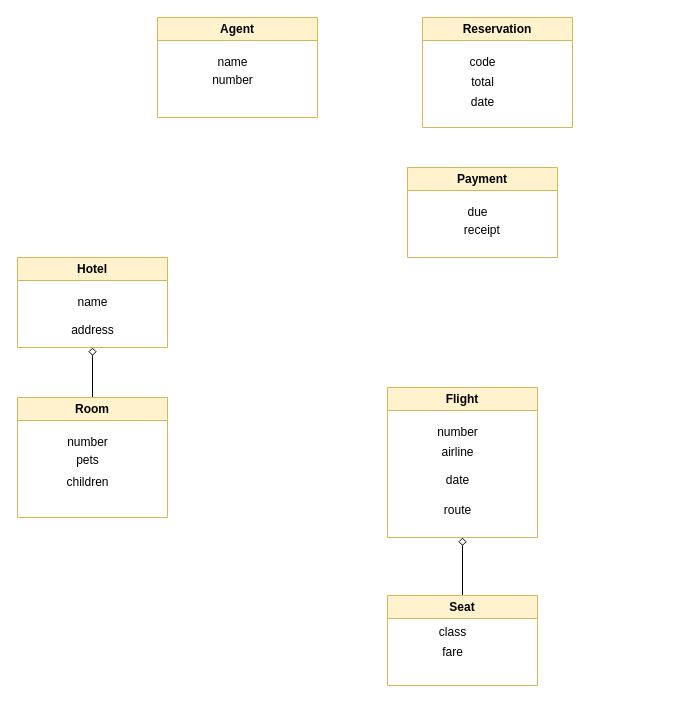
The draw.io diagram Q2A.drawio in Noah-B-Reef/CS-3560-Homework-3, before the edit. Source tidied: cells renumbered, new cells numbered last; positions are measured from the earlier drawing's top-left corner, leaving out a move shared by most shapes. Both pictures are drawn from the tidied source at 100%, with x=0, y=0 at pixel (17, 17).
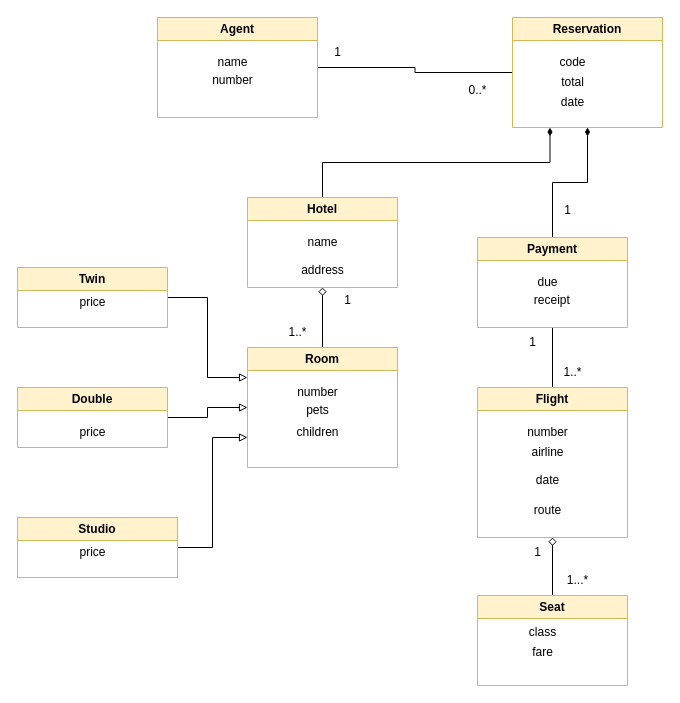
After the change.

The change refers to these unchanged cells:
```xml
<mxCell id="2" value="Agent" style="swimlane;whiteSpace=wrap;html=1;fillColor=#fff2cc;strokeColor=#d6b656;" parent="1" vertex="1">
  <mxGeometry x="140" width="160" height="100" as="geometry" />
</mxCell>
```

Diff of the diagram source:
```diff
@@
+    <mxCell id="29" style="edgeStyle=orthogonalEdgeStyle;rounded=0;jettySize=auto;html=1;exitX=1;exitY=0.5;exitDx=0;exitDy=0;entryX=0;entryY=0.5;entryDx=0;entryDy=0;endArrow=none;endFill=0;" parent="1" edge="1" source="2" target="5">
+      <mxGeometry relative="1" as="geometry" />
+    </mxCell>
@@
     <mxCell id="5" value="Reservation" style="swimlane;whiteSpace=wrap;html=1;fillColor=#fff2cc;strokeColor=#d6b656;startSize=23;" parent="1" vertex="1">
-      <mxGeometry x="405" width="150" height="110" as="geometry" />
+      <mxGeometry x="495" width="150" height="110" as="geometry" />
     </mxCell>
@@
+    <mxCell id="30" style="edgeStyle=orthogonalEdgeStyle;rounded=0;jettySize=auto;html=1;exitX=0.5;exitY=0;exitDx=0;exitDy=0;entryX=0.25;entryY=1;entryDx=0;entryDy=0;endArrow=diamondThin;endFill=1;" parent="1" edge="1" source="10" target="5">
+      <mxGeometry relative="1" as="geometry" />
+    </mxCell>
     <mxCell id="10" value="Hotel" style="swimlane;whiteSpace=wrap;html=1;fillColor=#fff2cc;strokeColor=#d6b656;startSize=23;" parent="1" vertex="1">
-      <mxGeometry y="240" width="150" height="90" as="geometry" />
+      <mxGeometry x="230" y="180" width="150" height="90" as="geometry" />
     </mxCell>
@@
     <mxCell id="13" value="Room" style="swimlane;whiteSpace=wrap;html=1;fillColor=#fff2cc;strokeColor=#d6b656;startSize=23;" parent="1" vertex="1">
-      <mxGeometry y="380" width="150" height="120" as="geometry" />
+      <mxGeometry x="230" y="330" width="150" height="120" as="geometry" />
     </mxCell>
@@
+    <mxCell id="31" style="edgeStyle=orthogonalEdgeStyle;rounded=0;jettySize=auto;html=1;exitX=0.5;exitY=0;exitDx=0;exitDy=0;entryX=0.5;entryY=1;entryDx=0;entryDy=0;endArrow=none;endFill=0;" parent="1" edge="1" source="18" target="26">
+      <mxGeometry relative="1" as="geometry" />
+    </mxCell>
     <mxCell id="18" value="Flight" style="swimlane;whiteSpace=wrap;html=1;fillColor=#fff2cc;strokeColor=#d6b656;startSize=23;" parent="1" vertex="1">
-      <mxGeometry x="370" y="370" width="150" height="150" as="geometry" />
+      <mxGeometry x="460" y="370" width="150" height="150" as="geometry" />
     </mxCell>
@@
     <mxCell id="23" value="Seat" style="swimlane;whiteSpace=wrap;html=1;fillColor=#fff2cc;strokeColor=#d6b656;startSize=23;" parent="1" vertex="1">
-      <mxGeometry x="370" y="578" width="150" height="90" as="geometry" />
+      <mxGeometry x="460" y="578" width="150" height="90" as="geometry" />
     </mxCell>
@@
+    <mxCell id="32" style="edgeStyle=orthogonalEdgeStyle;rounded=0;jettySize=auto;html=1;exitX=0.5;exitY=0;exitDx=0;exitDy=0;entryX=0.5;entryY=1;entryDx=0;entryDy=0;endArrow=diamondThin;endFill=1;" parent="1" edge="1" source="26" target="5">
+      <mxGeometry relative="1" as="geometry" />
+    </mxCell>
     <mxCell id="26" value="Payment" style="swimlane;whiteSpace=wrap;html=1;fillColor=#fff2cc;strokeColor=#d6b656;startSize=23;" parent="1" vertex="1">
-      <mxGeometry x="390" y="150" width="150" height="90" as="geometry" />
+      <mxGeometry x="460" y="220" width="150" height="90" as="geometry" />
     </mxCell>
@@
+    <mxCell id="33" style="edgeStyle=orthogonalEdgeStyle;rounded=0;jettySize=auto;html=1;exitX=1;exitY=0.5;exitDx=0;exitDy=0;entryX=0;entryY=0.25;entryDx=0;entryDy=0;endArrow=block;endFill=0;" parent="1" edge="1" source="34" target="13">
+      <mxGeometry relative="1" as="geometry" />
+    </mxCell>
+    <mxCell id="34" value="Twin" style="swimlane;whiteSpace=wrap;html=1;fillColor=#fff2cc;strokeColor=#d6b656;startSize=23;" parent="1" vertex="1">
+      <mxGeometry y="250" width="150" height="60" as="geometry" />
+    </mxCell>
+    <mxCell id="35" value="price" style="text;html=1;align=center;verticalAlign=middle;strokeColor=none;fillColor=none;" parent="34" vertex="1">
+      <mxGeometry x="50" y="20" width="50" height="30" as="geometry" />
+    </mxCell>
+    <mxCell id="36" style="edgeStyle=orthogonalEdgeStyle;rounded=0;jettySize=auto;html=1;exitX=1;exitY=0.5;exitDx=0;exitDy=0;entryX=0;entryY=0.5;entryDx=0;entryDy=0;endArrow=block;endFill=0;" parent="1" edge="1" source="37" target="13">
+      <mxGeometry relative="1" as="geometry" />
+    </mxCell>
+    <mxCell id="37" value="Double" style="swimlane;whiteSpace=wrap;html=1;fillColor=#fff2cc;strokeColor=#d6b656;startSize=23;" parent="1" vertex="1">
+      <mxGeometry y="370" width="150" height="60" as="geometry" />
+    </mxCell>
+    <mxCell id="38" value="price" style="text;html=1;align=center;verticalAlign=middle;strokeColor=none;fillColor=none;" parent="37" vertex="1">
+      <mxGeometry x="50" y="30" width="50" height="30" as="geometry" />
+    </mxCell>
+    <mxCell id="39" style="edgeStyle=orthogonalEdgeStyle;rounded=0;jettySize=auto;html=1;exitX=1;exitY=0.5;exitDx=0;exitDy=0;entryX=0;entryY=0.75;entryDx=0;entryDy=0;endArrow=block;endFill=0;" parent="1" edge="1" source="40" target="13">
+      <mxGeometry relative="1" as="geometry" />
+    </mxCell>
+    <mxCell id="40" value="Studio" style="swimlane;whiteSpace=wrap;html=1;fillColor=#fff2cc;strokeColor=#d6b656;startSize=23;" parent="1" vertex="1">
+      <mxGeometry y="500" width="160" height="60" as="geometry" />
+    </mxCell>
+    <mxCell id="41" value="price" style="text;html=1;align=center;verticalAlign=middle;strokeColor=none;fillColor=none;" parent="40" vertex="1">
+      <mxGeometry x="50" y="20" width="50" height="30" as="geometry" />
+    </mxCell>
+    <mxCell id="42" value="1" style="text;html=1;align=center;verticalAlign=middle;strokeColor=none;fillColor=none;" parent="1" vertex="1">
+      <mxGeometry x="535" y="178" width="30" height="30" as="geometry" />
+    </mxCell>
+    <mxCell id="43" value="1..*" style="text;html=1;align=center;verticalAlign=middle;strokeColor=none;fillColor=none;" parent="1" vertex="1">
+      <mxGeometry x="535" y="340" width="40" height="30" as="geometry" />
+    </mxCell>
+    <mxCell id="44" value="1...*" style="text;html=1;align=center;verticalAlign=middle;strokeColor=none;fillColor=none;" parent="1" vertex="1">
+      <mxGeometry x="540" y="548" width="40" height="30" as="geometry" />
+    </mxCell>
+    <mxCell id="45" value="1" style="text;html=1;align=center;verticalAlign=middle;strokeColor=none;fillColor=none;" parent="1" vertex="1">
+      <mxGeometry x="500" y="310" width="30" height="30" as="geometry" />
+    </mxCell>
+    <mxCell id="46" value="1" style="text;html=1;align=center;verticalAlign=middle;strokeColor=none;fillColor=none;" parent="1" vertex="1">
+      <mxGeometry x="505" y="520" width="30" height="30" as="geometry" />
+    </mxCell>
+    <mxCell id="47" value="1" style="text;html=1;align=center;verticalAlign=middle;strokeColor=none;fillColor=none;" parent="1" vertex="1">
+      <mxGeometry x="315" y="268" width="30" height="30" as="geometry" />
+    </mxCell>
+    <mxCell id="48" value="1..*" style="text;html=1;align=center;verticalAlign=middle;strokeColor=none;fillColor=none;" parent="1" vertex="1">
+      <mxGeometry x="260" y="300" width="40" height="30" as="geometry" />
+    </mxCell>
+    <mxCell id="49" value="1" style="text;html=1;align=center;verticalAlign=middle;strokeColor=none;fillColor=none;" parent="1" vertex="1">
+      <mxGeometry x="305" y="20" width="30" height="30" as="geometry" />
+    </mxCell>
+    <mxCell id="50" value="0..*" style="text;html=1;align=center;verticalAlign=middle;strokeColor=none;fillColor=none;" parent="1" vertex="1">
+      <mxGeometry x="440" y="58" width="40" height="30" as="geometry" />
+    </mxCell>
```
